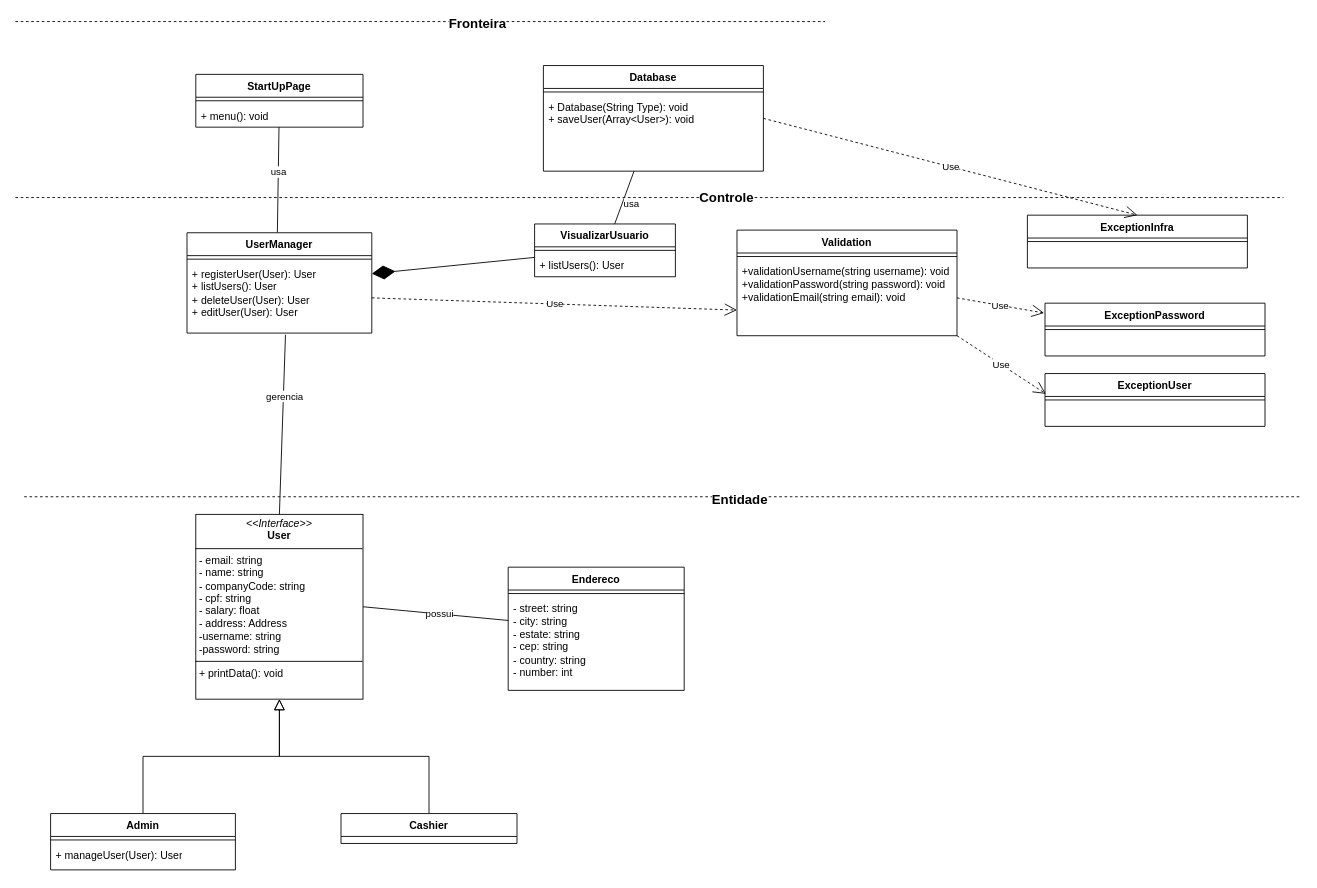
thiagobonfim0310/SmartLock keeps this draw.io diagram as diagramas/Diagrama de Classe.drawio. Above is the earlier version. Source tidied: cells renumbered, new cells numbered last; positions are measured from the earlier drawing's top-left corner, leaving out a move shared by most shapes. Both pictures are drawn from the tidied source at 88%, with x=0, y=0 at pixel (15, 21).
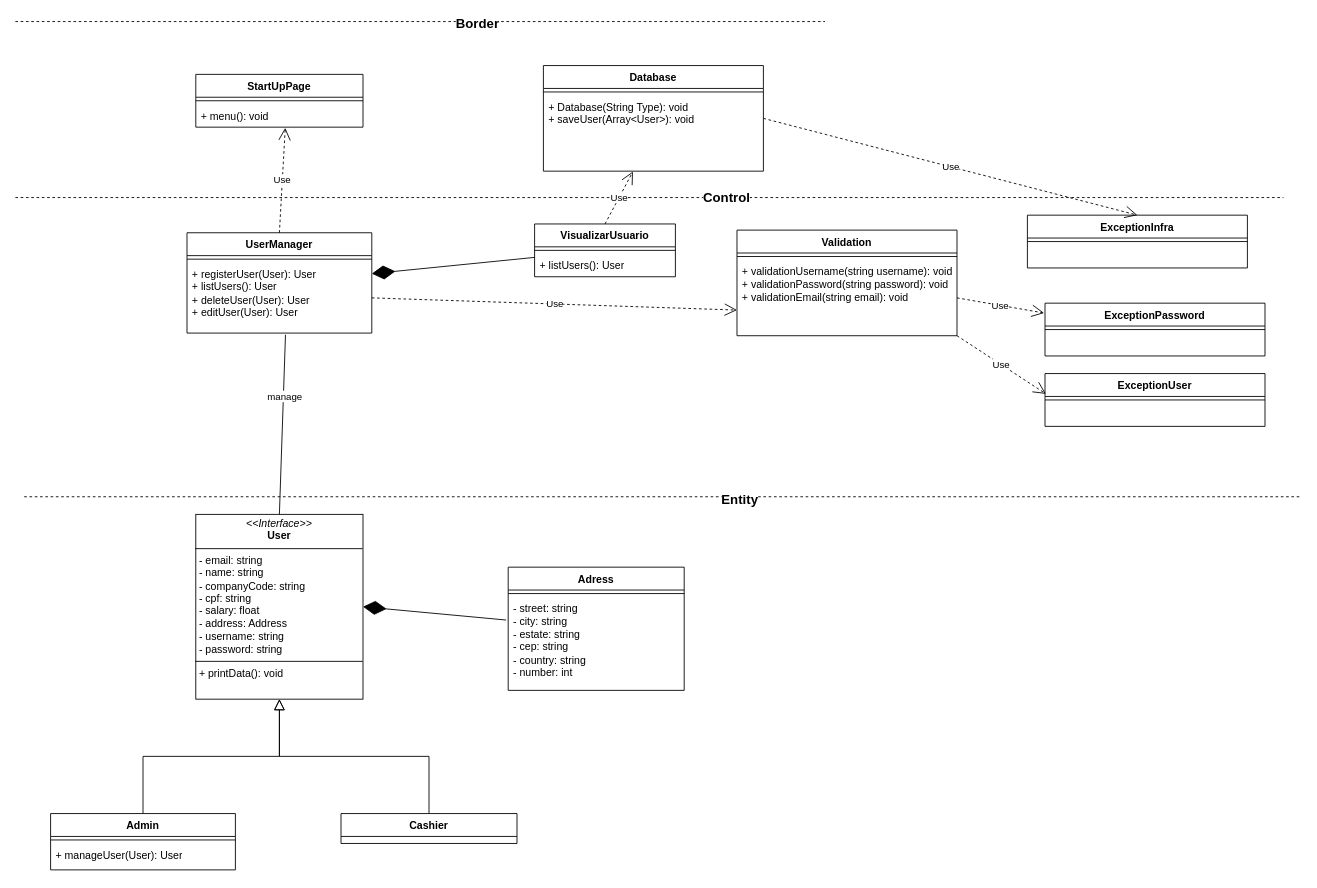
Above is the later version.

Commit message:
Ajustes de padronização do Diagrama de Classe

The change refers to these unchanged cells:
```xml
<mxCell id="5" style="endArrow=none;dashed=1;html=1;rounded=0;" parent="1" edge="1">
  <mxGeometry relative="1" as="geometry">
    <mxPoint x="10" y="540" as="sourcePoint" />
    <mxPoint x="1461" y="540" as="targetPoint" />
  </mxGeometry>
</mxCell>
<mxCell id="7" style="endArrow=none;endFill=0;endSize=12;html=1;rounded=0;exitX=0.533;exitY=1.024;exitDx=0;exitDy=0;exitPerimeter=0;entryX=0.5;entryY=0;entryDx=0;entryDy=0;" parent="1" edge="1" source="21" target="4">
  <mxGeometry relative="1" as="geometry" />
</mxCell>
<mxCell id="13" style="endArrow=none;dashed=1;html=1;rounded=0;" parent="1" edge="1">
  <mxGeometry relative="1" as="geometry">
    <mxPoint y="200" as="sourcePoint" />
    <mxPoint x="1441" y="200" as="targetPoint" />
  </mxGeometry>
</mxCell>
<mxCell id="15" style="endArrow=none;dashed=1;html=1;rounded=0;" parent="1" edge="1">
  <mxGeometry relative="1" as="geometry">
    <mxPoint as="sourcePoint" />
    <mxPoint x="920" as="targetPoint" />
  </mxGeometry>
</mxCell>
<mxCell id="19" value="UserManager" style="swimlane;fontStyle=1;align=center;verticalAlign=top;horizontal=1;startSize=26;whiteSpace=wrap;html=1;" parent="1" vertex="1">
  <mxGeometry x="195" y="240" width="210" height="114" as="geometry" />
</mxCell>
<mxCell id="26" value="StartUpPage" style="swimlane;fontStyle=1;align=center;verticalAlign=top;horizontal=1;startSize=26;whiteSpace=wrap;html=1;" parent="1" vertex="1">
  <mxGeometry x="205" y="60" width="190" height="60" as="geometry" />
</mxCell>
<mxCell id="28" value="+ menu(): void" style="text;strokeColor=none;fillColor=none;align=left;verticalAlign=top;spacingLeft=4;spacingRight=4;overflow=hidden;points=[[0,0.5],[1,0.5]];portConstraint=eastwest;whiteSpace=wrap;html=1;" parent="26" vertex="1">
  <mxGeometry y="34" width="190" height="26" as="geometry" />
</mxCell>
<mxCell id="29" value="VisualizarUsuario" style="swimlane;fontStyle=1;align=center;verticalAlign=top;horizontal=1;startSize=26;whiteSpace=wrap;html=1;" parent="1" vertex="1">
  <mxGeometry x="590" y="230" width="160" height="60" as="geometry" />
</mxCell>
<mxCell id="32" value="Database" style="swimlane;fontStyle=1;align=center;verticalAlign=top;horizontal=1;startSize=26;whiteSpace=wrap;html=1;" parent="1" vertex="1">
  <mxGeometry x="600" y="50" width="250" height="120" as="geometry" />
</mxCell>
<mxCell id="34" value="&lt;div&gt;+ Database(String Type): void&lt;/div&gt;+ saveUser(Array&amp;lt;User&amp;gt;): void&lt;div&gt;&lt;br&gt;&lt;div&gt;&lt;br&gt;&lt;/div&gt;&lt;/div&gt;" style="text;strokeColor=none;fillColor=none;align=left;verticalAlign=top;spacingLeft=4;spacingRight=4;overflow=hidden;points=[[0,0.5],[1,0.5]];portConstraint=eastwest;whiteSpace=wrap;html=1;" parent="32" vertex="1">
  <mxGeometry y="34" width="250" height="86" as="geometry" />
</mxCell>
<mxCell id="38" value="&lt;div&gt;- street: string&lt;/div&gt;&lt;div&gt;- city: string&lt;/div&gt;&lt;div&gt;- estate: string&lt;/div&gt;&lt;div&gt;- cep: string&lt;/div&gt;&lt;div&gt;- country: string&lt;/div&gt;&lt;div&gt;- number: int&lt;br&gt;&lt;/div&gt;" style="text;strokeColor=none;fillColor=none;align=left;verticalAlign=top;spacingLeft=4;spacingRight=4;overflow=hidden;points=[[0,0.5],[1,0.5]];portConstraint=eastwest;whiteSpace=wrap;html=1;" parent="36" vertex="1">
  <mxGeometry y="34" width="200" height="106" as="geometry" />
</mxCell>
<mxCell id="39" value="Validation" style="swimlane;fontStyle=1;align=center;verticalAlign=top;horizontal=1;startSize=26;whiteSpace=wrap;html=1;" parent="1" vertex="1">
  <mxGeometry x="820" y="237" width="250" height="120" as="geometry" />
</mxCell>
```

Change to the diagram source:
```diff
@@
-    <mxCell id="4" value="&lt;p style=&quot;margin:0px;margin-top:4px;text-align:center;&quot;&gt;&lt;i&gt;&amp;lt;&amp;lt;Interface&amp;gt;&amp;gt;&lt;/i&gt;&lt;br&gt;&lt;b&gt;User&lt;/b&gt;&lt;/p&gt;&lt;hr size=&quot;1&quot; style=&quot;border-style:solid;&quot;&gt;&lt;p style=&quot;margin:0px;margin-left:4px;&quot;&gt;- email: string&lt;/p&gt;&lt;p style=&quot;margin:0px;margin-left:4px;&quot;&gt;- name: string&lt;/p&gt;&lt;p style=&quot;margin:0px;margin-left:4px;&quot;&gt;- companyCode: string&lt;br&gt;&lt;/p&gt;&lt;p style=&quot;margin:0px;margin-left:4px;&quot;&gt;- cpf: string&lt;/p&gt;&lt;p style=&quot;margin:0px;margin-left:4px;&quot;&gt;- salary: float&lt;/p&gt;&lt;p style=&quot;margin:0px;margin-left:4px;&quot;&gt;- address: Address&lt;br&gt;&lt;/p&gt;&lt;p style=&quot;margin:0px;margin-left:4px;&quot;&gt;-username: string&lt;/p&gt;&lt;p style=&quot;margin:0px;margin-left:4px;&quot;&gt;-password: string&lt;/p&gt;&lt;hr size=&quot;1&quot; style=&quot;border-style:solid;&quot;&gt;&lt;p style=&quot;margin:0px;margin-left:4px;&quot;&gt;+ printData(): void&lt;br&gt;&lt;/p&gt;" style="verticalAlign=top;align=left;overflow=fill;html=1;whiteSpace=wrap;" parent="1" vertex="1">
+    <mxCell id="4" value="&lt;p style=&quot;margin:0px;margin-top:4px;text-align:center;&quot;&gt;&lt;i&gt;&amp;lt;&amp;lt;Interface&amp;gt;&amp;gt;&lt;/i&gt;&lt;br&gt;&lt;b&gt;User&lt;/b&gt;&lt;/p&gt;&lt;hr size=&quot;1&quot; style=&quot;border-style:solid;&quot;&gt;&lt;p style=&quot;margin:0px;margin-left:4px;&quot;&gt;- email: string&lt;/p&gt;&lt;p style=&quot;margin:0px;margin-left:4px;&quot;&gt;- name: string&lt;/p&gt;&lt;p style=&quot;margin:0px;margin-left:4px;&quot;&gt;- companyCode: string&lt;br&gt;&lt;/p&gt;&lt;p style=&quot;margin:0px;margin-left:4px;&quot;&gt;- cpf: string&lt;/p&gt;&lt;p style=&quot;margin:0px;margin-left:4px;&quot;&gt;- salary: float&lt;/p&gt;&lt;p style=&quot;margin:0px;margin-left:4px;&quot;&gt;- address: Address&lt;br&gt;&lt;/p&gt;&lt;p style=&quot;margin:0px;margin-left:4px;&quot;&gt;- username: string&lt;/p&gt;&lt;p style=&quot;margin:0px;margin-left:4px;&quot;&gt;- password: string&lt;/p&gt;&lt;hr size=&quot;1&quot; style=&quot;border-style:solid;&quot;&gt;&lt;p style=&quot;margin:0px;margin-left:4px;&quot;&gt;+ printData(): void&lt;br&gt;&lt;/p&gt;" style="verticalAlign=top;align=left;overflow=fill;html=1;whiteSpace=wrap;" parent="1" vertex="1">
       <mxGeometry x="205" y="560" width="190" height="210" as="geometry" />
     </mxCell>
@@
-    <mxCell id="6" value="Entidade" style="edgeLabel;html=1;align=center;verticalAlign=middle;fontSize=15;fontStyle=1;" parent="5" vertex="1">
+    <mxCell id="6" value="Entity" style="edgeLabel;html=1;align=center;verticalAlign=middle;fontSize=15;fontStyle=1;" parent="5" vertex="1">
       <mxGeometry x="0.12" y="-2" relative="1" as="geometry" />
     </mxCell>
@@
-    <mxCell id="8" value="gerencia" style="edgeLabel;html=1;align=center;verticalAlign=middle;" parent="7" vertex="1">
+    <mxCell id="8" value="manage" style="edgeLabel;html=1;align=center;verticalAlign=middle;" parent="7" vertex="1">
       <mxGeometry x="-0.45" y="2" relative="1" as="geometry">
         <mxPoint x="-2" y="14" as="offset" />
       </mxGeometry>
     </mxCell>
-    <mxCell id="9" style="endArrow=none;endFill=0;endSize=12;html=1;rounded=0;entryX=0.489;entryY=-0.003;entryDx=0;entryDy=0;entryPerimeter=0;" parent="1" edge="1" source="26" target="19">
-      <mxGeometry relative="1" as="geometry" />
-    </mxCell>
-    <mxCell id="10" value="usa" style="edgeLabel;html=1;align=center;verticalAlign=middle;" parent="9" vertex="1">
-      <mxGeometry x="-0.15" relative="1" as="geometry" />
-    </mxCell>
-    <mxCell id="11" style="endArrow=none;endFill=0;endSize=12;html=1;rounded=0;" parent="1" edge="1" source="32" target="29">
-      <mxGeometry relative="1" as="geometry" />
-    </mxCell>
-    <mxCell id="12" value="usa" style="edgeLabel;html=1;align=center;verticalAlign=middle;" parent="11" vertex="1">
-      <mxGeometry x="-0.63" relative="1" as="geometry">
-        <mxPoint x="1" y="25" as="offset" />
-      </mxGeometry>
-    </mxCell>
@@
-    <mxCell id="14" value="Controle" style="edgeLabel;html=1;align=center;verticalAlign=middle;fontSize=15;fontStyle=1;" parent="13" vertex="1">
+    <mxCell id="14" value="Control" style="edgeLabel;html=1;align=center;verticalAlign=middle;fontSize=15;fontStyle=1;" parent="13" vertex="1">
       <mxGeometry x="0.12" y="1" relative="1" as="geometry" />
     </mxCell>
@@
-    <mxCell id="16" value="Fronteira" style="edgeLabel;html=1;align=center;verticalAlign=middle;fontSize=15;fontStyle=1;" parent="15" vertex="1">
+    <mxCell id="16" value="Border" style="edgeLabel;html=1;align=center;verticalAlign=middle;fontSize=15;fontStyle=1;" parent="15" vertex="1">
       <mxGeometry x="0.14" y="-1" relative="1" as="geometry" />
     </mxCell>
-    <mxCell id="17" style="endArrow=none;endFill=0;endSize=12;html=1;rounded=0;entryX=1;entryY=0.5;entryDx=0;entryDy=0;" parent="1" edge="1" source="36" target="4">
-      <mxGeometry relative="1" as="geometry" />
-    </mxCell>
-    <mxCell id="18" value="possui" style="edgeLabel;html=1;align=center;verticalAlign=middle;" parent="17" vertex="1">
-      <mxGeometry x="-0.05" y="-1" relative="1" as="geometry" />
-    </mxCell>
@@
-    <mxCell id="36" value="Endereco" style="swimlane;fontStyle=1;align=center;verticalAlign=top;horizontal=1;startSize=26;whiteSpace=wrap;html=1;" parent="1" vertex="1">
+    <mxCell id="36" value="Adress" style="swimlane;fontStyle=1;align=center;verticalAlign=top;horizontal=1;startSize=26;whiteSpace=wrap;html=1;" parent="1" vertex="1">
       <mxGeometry x="560" y="620" width="200" height="140" as="geometry" />
     </mxCell>
@@
-    <mxCell id="41" value="&lt;div&gt;+validationUsername(string username): void&lt;/div&gt;&lt;div&gt;+validationPassword(string password): void&lt;/div&gt;&lt;div&gt;+validationEmail(string email): void&lt;br&gt;&lt;/div&gt;" style="text;strokeColor=none;fillColor=none;align=left;verticalAlign=top;spacingLeft=4;spacingRight=4;overflow=hidden;points=[[0,0.5],[1,0.5]];portConstraint=eastwest;whiteSpace=wrap;html=1;" parent="39" vertex="1">
+    <mxCell id="41" value="&lt;div&gt;+ validationUsername(string username): void&lt;/div&gt;&lt;div&gt;+ validationPassword(string password): void&lt;/div&gt;&lt;div&gt;+ validationEmail(string email): void&lt;br&gt;&lt;/div&gt;" style="text;strokeColor=none;fillColor=none;align=left;verticalAlign=top;spacingLeft=4;spacingRight=4;overflow=hidden;points=[[0,0.5],[1,0.5]];portConstraint=eastwest;whiteSpace=wrap;html=1;" parent="39" vertex="1">
       <mxGeometry y="34" width="250" height="86" as="geometry" />
     </mxCell>
@@
+    <mxCell id="55" value="Use" style="endArrow=open;endSize=12;dashed=1;html=1;entryX=0.535;entryY=1.029;entryDx=0;entryDy=0;entryPerimeter=0;exitX=0.5;exitY=0;exitDx=0;exitDy=0;" parent="1" edge="1" source="19" target="28">
+      <mxGeometry relative="1" as="geometry" />
+    </mxCell>
+    <mxCell id="56" value="Use" style="endArrow=open;endSize=12;dashed=1;html=1;entryX=0.407;entryY=1.005;entryDx=0;entryDy=0;entryPerimeter=0;exitX=0.5;exitY=0;exitDx=0;exitDy=0;" parent="1" edge="1" source="29" target="34">
+      <mxGeometry relative="1" as="geometry" />
+    </mxCell>
+    <mxCell id="57" style="endArrow=diamondThin;endFill=1;endSize=24;html=1;entryX=1;entryY=0.5;entryDx=0;entryDy=0;exitX=-0.012;exitY=0.246;exitDx=0;exitDy=0;exitPerimeter=0;" parent="1" edge="1" source="38" target="4">
+      <mxGeometry relative="1" as="geometry" />
+    </mxCell>
```
